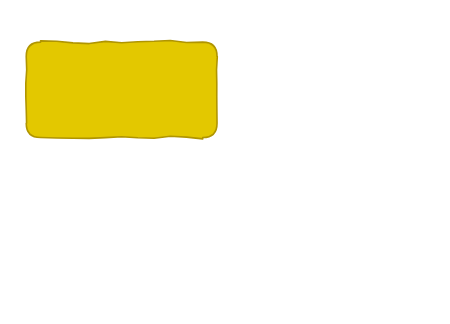
This is page "第 1 页" (1 of 2) of pic/学习.drawio from yinyunpan/drawio, a draw.io file, before an edit. Source tidied: cells renumbered, new cells numbered last; positions are measured from the earlier drawing's top-left corner, leaving out a move shared by most shapes. Both pictures are drawn from the tidied source at 159%, with x=0, y=0 at pixel (25, 41).
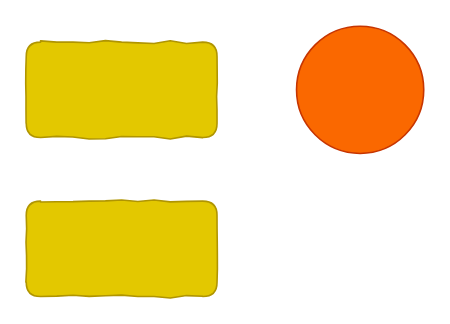
Above is the later version.

Diff of the diagram source:
```diff
@@
 <mxGraphModel>
   <root>
     <mxCell id="0" />
     <mxCell id="1" parent="0" />
     <mxCell id="2" style="rounded=1;whiteSpace=wrap;html=1;fillStyle=solid;comic=1;fillColor=#e3c800;strokeColor=#B09500;fontColor=#000000;gradientColor=none;" parent="1" vertex="1">
       <mxGeometry width="120" height="60" as="geometry" />
     </mxCell>
+    <mxCell id="3" style="ellipse;whiteSpace=wrap;html=1;fillColor=#fa6800;fontColor=#000000;strokeColor=#C73500;" parent="1" vertex="1">
+      <mxGeometry x="170" y="-10" width="80" height="80" as="geometry" />
+    </mxCell>
+    <mxCell id="4" style="rounded=1;whiteSpace=wrap;html=1;fillStyle=solid;comic=1;fillColor=#e3c800;strokeColor=#B09500;fontColor=#000000;gradientColor=none;" parent="1" vertex="1">
+      <mxGeometry y="100" width="120" height="60" as="geometry" />
+    </mxCell>
   </root>
 </mxGraphModel>
```
